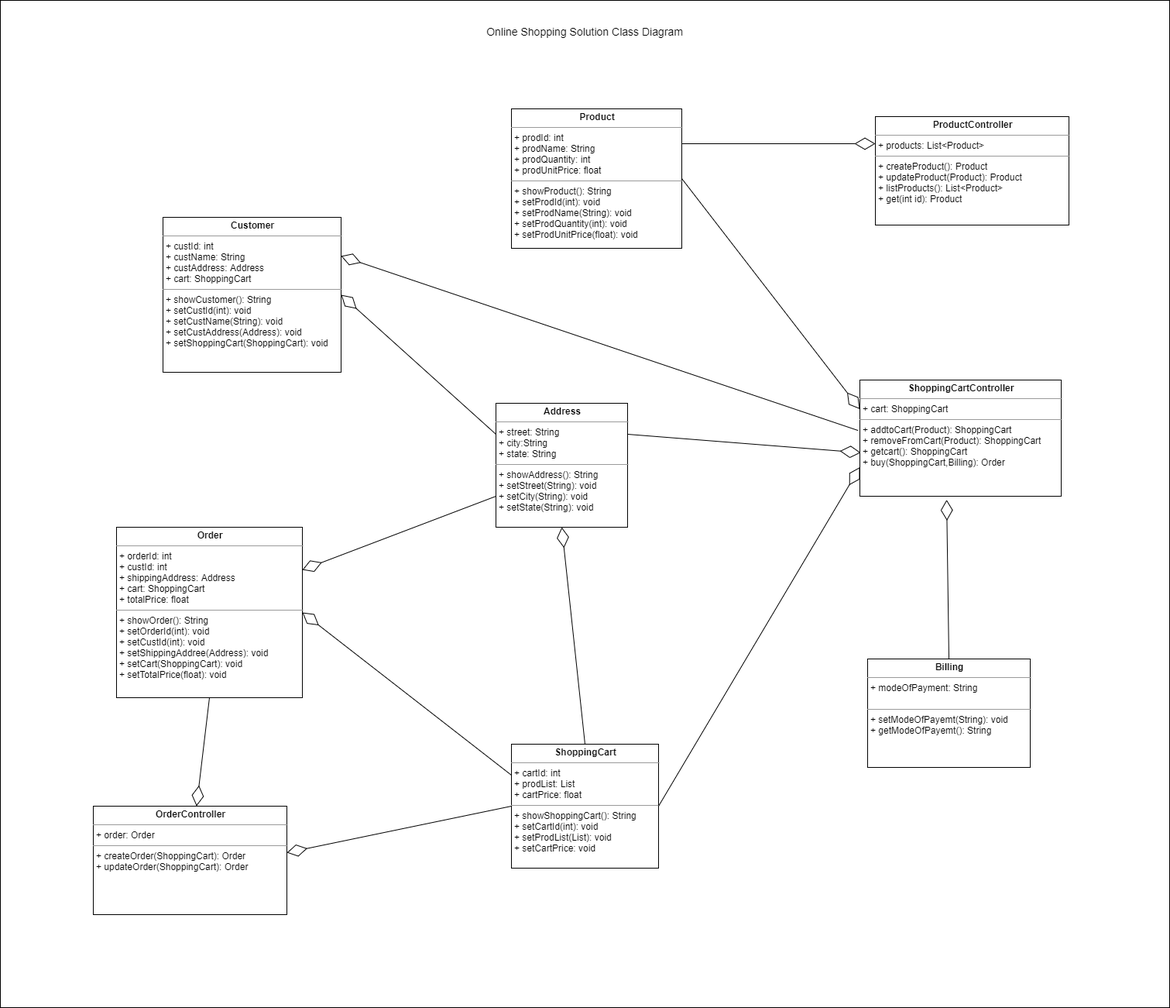
Before: class_diagram_1.png, a diagram exported from draw.io (MayurNagarkar/ECommerce). Source tidied: cells renumbered, new cells last; positions are measured from the earlier drawing's top-left corner, leaving out a move shared by most shapes.
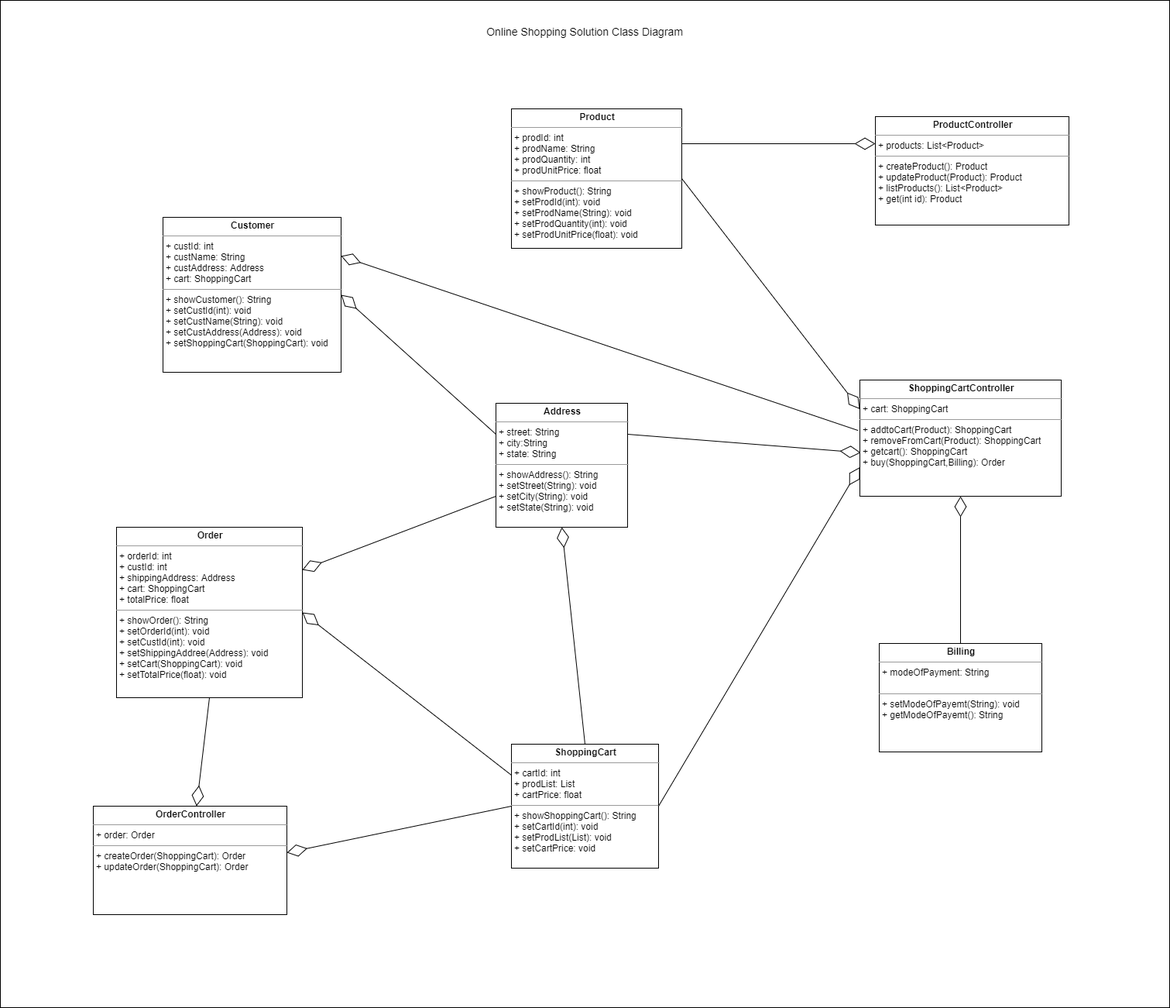
After the change.

Commit message:
Online Shopping Application class diagram

The edit, as a diff of the source:
```diff
@@ -27,7 +27,7 @@
       <mxGeometry x="120" y="1040" width="250" height="140" as="geometry" />
     </mxCell>
     <mxCell id="10" value="&lt;p style=&quot;margin: 4px 0px 0px ; text-align: center&quot;&gt;&lt;b&gt;Billing&lt;/b&gt;&lt;/p&gt;&lt;hr size=&quot;1&quot;&gt;&lt;p style=&quot;margin: 0px 0px 0px 4px&quot;&gt;&lt;span&gt;+ modeOfPayment: String&lt;br&gt;&lt;/span&gt;&lt;/p&gt;&lt;p style=&quot;margin: 0px 0px 0px 4px&quot;&gt;&lt;span&gt;&lt;br&gt;&lt;/span&gt;&lt;/p&gt;&lt;hr size=&quot;1&quot;&gt;&lt;p style=&quot;margin: 0px 0px 0px 4px&quot;&gt;+ setModeOfPayemt(String): void&lt;/p&gt;&lt;p style=&quot;margin: 0px 0px 0px 4px&quot;&gt;+ getModeOfPayemt(): String&lt;br&gt;&lt;/p&gt;" style="verticalAlign=top;align=left;overflow=fill;fontSize=12;fontFamily=Helvetica;html=1;" parent="1" vertex="1">
-      <mxGeometry x="1120" y="850" width="210" height="140" as="geometry" />
+      <mxGeometry x="1135" y="830" width="210" height="140" as="geometry" />
     </mxCell>
     <mxCell id="11" style="endArrow=diamondThin;endFill=0;endSize=24;html=1;entryX=0;entryY=0.25;entryDx=0;entryDy=0;exitX=1;exitY=0.25;exitDx=0;exitDy=0;" parent="1" edge="1" source="3" target="6">
       <mxGeometry relative="1" as="geometry" />
@@ -49,7 +49,7 @@
     <mxCell id="16" style="endArrow=diamondThin;endFill=0;endSize=24;html=1;entryX=1;entryY=0.5;entryDx=0;entryDy=0;exitX=0;exitY=0.25;exitDx=0;exitDy=0;" parent="1" edge="1" source="5" target="8">
       <mxGeometry relative="1" as="geometry" />
     </mxCell>
-    <mxCell id="17" style="endArrow=diamondThin;endFill=0;endSize=24;html=1;exitX=0.5;exitY=0;exitDx=0;exitDy=0;entryX=0.431;entryY=1.03;entryDx=0;entryDy=0;entryPerimeter=0;" parent="1" edge="1" source="10" target="7">
+    <mxCell id="17" style="endArrow=diamondThin;endFill=0;endSize=24;html=1;exitX=0.5;exitY=0;exitDx=0;exitDy=0;" parent="1" edge="1" source="10" target="7">
       <mxGeometry relative="1" as="geometry" />
     </mxCell>
     <mxCell id="18" style="endArrow=diamondThin;endFill=0;endSize=24;html=1;entryX=0.004;entryY=0.625;entryDx=0;entryDy=0;exitX=1;exitY=0.25;exitDx=0;exitDy=0;entryPerimeter=0;" parent="1" edge="1" source="20" target="7">
```
